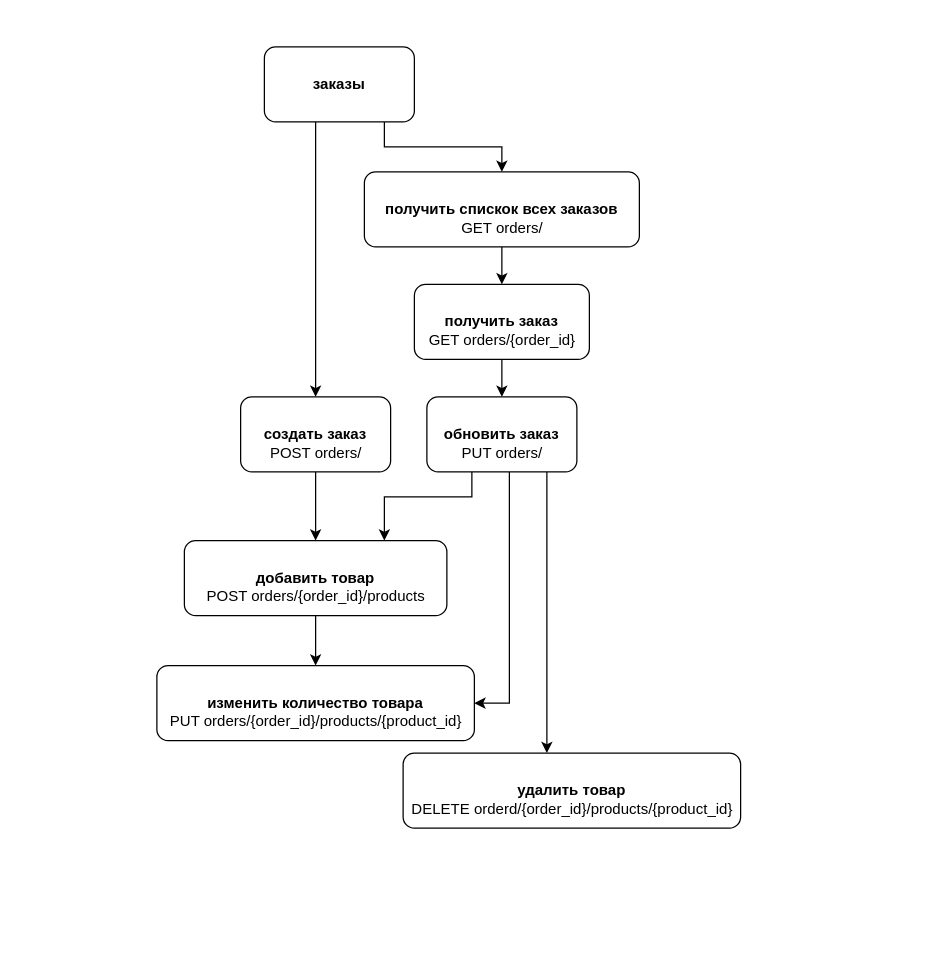
The draw.io diagram Диаграмма без названия.drawio in omelchenkopete/SA, before the edit. Source tidied: cells renumbered, new cells numbered last; positions are measured from the earlier drawing's top-left corner, leaving out a move shared by most shapes. Both pictures are drawn from the tidied source at 125%, with x=0, y=0 at pixel (152, 46).
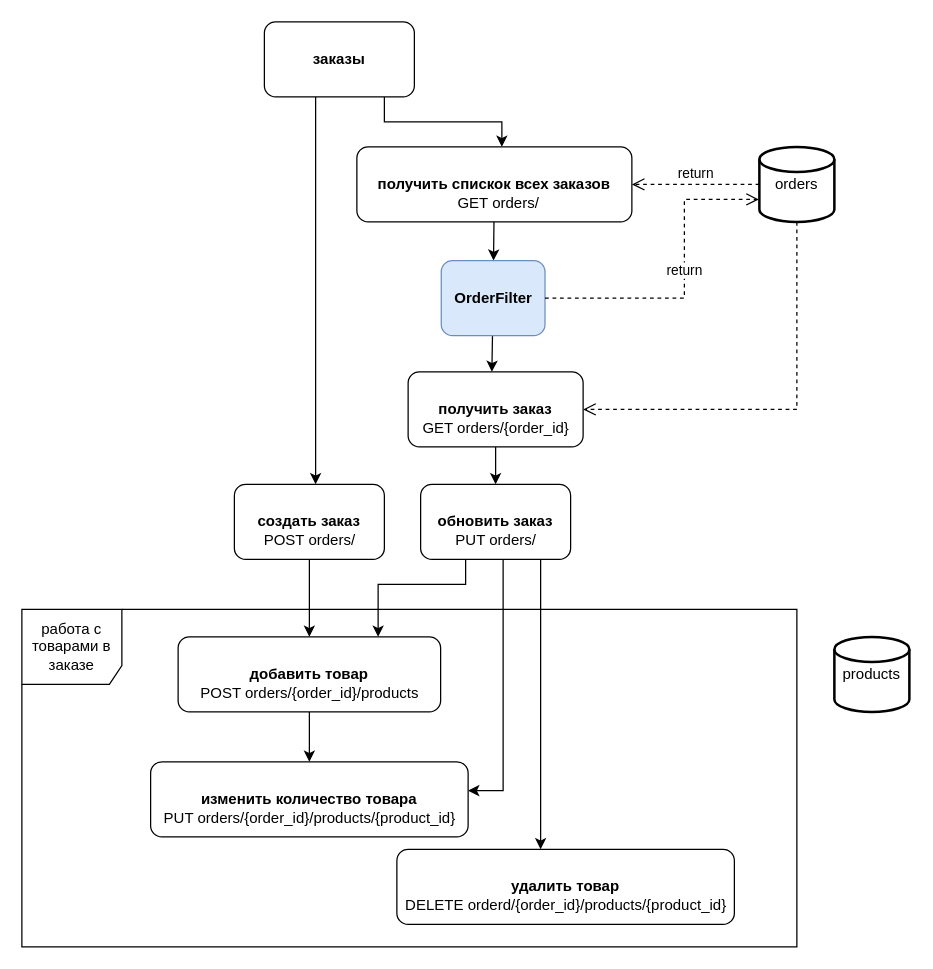
The same diagram, later.

What changed in the source:
```diff
@@
     <mxCell id="2" value="заказы" style="rounded=1;whiteSpace=wrap;html=1;fontStyle=1;" parent="1" vertex="1">
-      <mxGeometry x="89" width="120" height="60" as="geometry" />
+      <mxGeometry x="89" y="-20" width="120" height="60" as="geometry" />
     </mxCell>
+    <mxCell id="26" style="rounded=0;jettySize=auto;html=1;" parent="1" edge="1" source="3" target="28">
+      <mxGeometry relative="1" as="geometry" />
+    </mxCell>
     <mxCell id="3" value="получить спискок всех заказов" style="rounded=1;whiteSpace=wrap;html=1;fontStyle=1;" parent="1" vertex="1">
-      <mxGeometry x="169" y="100" width="220" height="60" as="geometry" />
+      <mxGeometry x="163" y="80" width="220" height="60" as="geometry" />
     </mxCell>
     <mxCell id="4" value="создать заказ" style="rounded=1;whiteSpace=wrap;html=1;fontStyle=1;" parent="1" vertex="1">
-      <mxGeometry x="70" y="280" width="120" height="60" as="geometry" />
+      <mxGeometry x="65" y="350" width="120" height="60" as="geometry" />
     </mxCell>
     <mxCell id="5" value="получить заказ" style="rounded=1;whiteSpace=wrap;html=1;fontStyle=1;" parent="1" vertex="1">
-      <mxGeometry x="209" y="190" width="140" height="60" as="geometry" />
+      <mxGeometry x="204" y="260" width="140" height="60" as="geometry" />
     </mxCell>
-    <mxCell id="6" style="endArrow=classic;html=1;rounded=0;" parent="1" edge="1" source="25" target="5">
-      <mxGeometry relative="1" as="geometry" />
-    </mxCell>
     <mxCell id="7" value="обновить заказ" style="rounded=1;whiteSpace=wrap;html=1;fontStyle=1;" parent="1" vertex="1">
-      <mxGeometry x="219" y="280" width="120" height="60" as="geometry" />
+      <mxGeometry x="214" y="350" width="120" height="60" as="geometry" />
     </mxCell>
@@
     <mxCell id="9" value="добавить товар" style="rounded=1;whiteSpace=wrap;html=1;fontStyle=1;" parent="1" vertex="1">
-      <mxGeometry x="25" y="395" width="210" height="60" as="geometry" />
+      <mxGeometry x="20" y="472" width="210" height="60" as="geometry" />
     </mxCell>
@@
     <mxCell id="11" style="endArrow=classic;html=1;rounded=0;edgeStyle=orthogonalEdgeStyle;" parent="1" edge="1" source="7" target="9">
       <mxGeometry relative="1" as="geometry">
         <Array as="points">
-          <mxPoint x="255" y="360" />
-          <mxPoint x="185" y="360" />
+          <mxPoint x="250" y="430" />
+          <mxPoint x="180" y="430" />
         </Array>
       </mxGeometry>
     </mxCell>
     <mxCell id="12" value="удалить товар" style="rounded=1;whiteSpace=wrap;html=1;fontStyle=1;" parent="1" vertex="1">
-      <mxGeometry x="200" y="565" width="270" height="60" as="geometry" />
+      <mxGeometry x="195" y="642" width="270" height="60" as="geometry" />
     </mxCell>
     <mxCell id="13" style="endArrow=classic;html=1;rounded=0;edgeStyle=orthogonalEdgeStyle;" parent="1" edge="1" source="7" target="12">
       <mxGeometry relative="1" as="geometry">
         <Array as="points">
-          <mxPoint x="315" y="440" />
-          <mxPoint x="315" y="440" />
+          <mxPoint x="310" y="510" />
+          <mxPoint x="310" y="510" />
         </Array>
       </mxGeometry>
     </mxCell>
     <mxCell id="14" value="изменить количество товара" style="rounded=1;whiteSpace=wrap;html=1;fontStyle=1;" parent="1" vertex="1">
-      <mxGeometry x="3" y="495" width="254" height="60" as="geometry" />
+      <mxGeometry x="-2" y="572" width="254" height="60" as="geometry" />
     </mxCell>
     <mxCell id="15" style="endArrow=classic;html=1;rounded=0;edgeStyle=orthogonalEdgeStyle;" parent="1" edge="1" source="7" target="14">
       <mxGeometry relative="1" as="geometry">
         <Array as="points">
-          <mxPoint x="285" y="525" />
+          <mxPoint x="280" y="595" />
         </Array>
       </mxGeometry>
     </mxCell>
@@
     <mxCell id="18" style="endArrow=classic;html=1;rounded=0;edgeStyle=orthogonalEdgeStyle;" parent="1" edge="1" source="2" target="3">
       <mxGeometry relative="1" as="geometry">
         <Array as="points">
-          <mxPoint x="185" y="80" />
-          <mxPoint x="279" y="80" />
+          <mxPoint x="185" y="60" />
+          <mxPoint x="279" y="60" />
         </Array>
       </mxGeometry>
     </mxCell>
     <mxCell id="19" value="GET orders/{order_id}" style="text;html=1;align=center;verticalAlign=middle;strokeColor=none;fillColor=none;" parent="1" vertex="1">
-      <mxGeometry x="209" y="220" width="140" height="30" as="geometry" />
+      <mxGeometry x="204" y="290" width="140" height="30" as="geometry" />
     </mxCell>
     <mxCell id="20" value="POST orders/" style="text;html=1;align=center;verticalAlign=middle;strokeColor=none;fillColor=none;" parent="1" vertex="1">
-      <mxGeometry x="80" y="310" width="100" height="30" as="geometry" />
+      <mxGeometry x="75" y="380" width="100" height="30" as="geometry" />
     </mxCell>
     <mxCell id="21" value="PUT orders/" style="text;html=1;align=center;verticalAlign=middle;strokeColor=none;fillColor=none;" parent="1" vertex="1">
-      <mxGeometry x="234" y="310" width="90" height="30" as="geometry" />
+      <mxGeometry x="229" y="380" width="90" height="30" as="geometry" />
     </mxCell>
     <mxCell id="22" value="POST orders/{order_id}/products" style="text;html=1;align=center;verticalAlign=middle;strokeColor=none;fillColor=none;" parent="1" vertex="1">
-      <mxGeometry x="30" y="425" width="200" height="30" as="geometry" />
+      <mxGeometry x="25" y="502" width="200" height="30" as="geometry" />
     </mxCell>
     <mxCell id="23" value="PUT orders/{order_id}/products/{product_id}" style="text;html=1;align=center;verticalAlign=middle;strokeColor=none;fillColor=none;" parent="1" vertex="1">
-      <mxGeometry y="525" width="260" height="30" as="geometry" />
+      <mxGeometry x="-5" y="602" width="260" height="30" as="geometry" />
     </mxCell>
     <mxCell id="24" value="DELETE orderd/{order_id}/products/{product_id}" style="text;html=1;align=center;verticalAlign=middle;strokeColor=none;fillColor=none;" parent="1" vertex="1">
-      <mxGeometry x="195" y="595" width="280" height="30" as="geometry" />
+      <mxGeometry x="190" y="672" width="280" height="30" as="geometry" />
     </mxCell>
     <mxCell id="25" value="GET orders/" style="text;html=1;align=center;verticalAlign=middle;points=[];strokeColor=none;fillColor=none;" parent="1" vertex="1">
-      <mxGeometry x="234" y="130" width="90" height="30" as="geometry" />
+      <mxGeometry x="231" y="110" width="90" height="30" as="geometry" />
     </mxCell>
+    <mxCell id="27" style="rounded=0;jettySize=auto;html=1;" parent="1" edge="1" source="28">
+      <mxGeometry relative="1" as="geometry">
+        <mxPoint x="271" y="260" as="targetPoint" />
+      </mxGeometry>
+    </mxCell>
+    <mxCell id="28" value="OrderFilter" style="rounded=1;whiteSpace=wrap;html=1;fontStyle=1;fillColor=#dae8fc;strokeColor=#6c8ebf;" parent="1" vertex="1">
+      <mxGeometry x="230.5" y="171" width="83" height="60" as="geometry" />
+    </mxCell>
+    <mxCell id="29" value="работа с товарами в заказе" style="shape=umlFrame;whiteSpace=wrap;html=1;width=80;height=60;" parent="1" vertex="1">
+      <mxGeometry x="-105" y="450" width="620" height="270" as="geometry" />
+    </mxCell>
+    <mxCell id="30" value="orders" style="strokeWidth=2;html=1;shape=mxgraph.flowchart.database;whiteSpace=wrap;" parent="1" vertex="1">
+      <mxGeometry x="485" y="80" width="60" height="60" as="geometry" />
+    </mxCell>
+    <mxCell id="31" value="products" style="strokeWidth=2;html=1;shape=mxgraph.flowchart.database;whiteSpace=wrap;" parent="1" vertex="1">
+      <mxGeometry x="545" y="472" width="60" height="60" as="geometry" />
+    </mxCell>
+    <mxCell id="32" value="return" style="html=1;verticalAlign=bottom;endArrow=open;dashed=1;endSize=8;curved=0;rounded=0;" parent="1" edge="1" source="30" target="3">
+      <mxGeometry relative="1" as="geometry" />
+    </mxCell>
+    <mxCell id="33" value="return" style="html=1;verticalAlign=bottom;endArrow=open;dashed=1;endSize=8;rounded=0;entryX=-0.006;entryY=0.7;entryDx=0;entryDy=0;entryPerimeter=0;edgeStyle=orthogonalEdgeStyle;" parent="1" edge="1" source="28" target="30">
+      <mxGeometry relative="1" as="geometry">
+        <Array as="points">
+          <mxPoint x="425" y="201" />
+          <mxPoint x="425" y="122" />
+        </Array>
+      </mxGeometry>
+    </mxCell>
+    <mxCell id="34" style="html=1;verticalAlign=bottom;endArrow=open;dashed=1;endSize=8;rounded=0;edgeStyle=orthogonalEdgeStyle;" parent="1" edge="1" source="30" target="5">
+      <mxGeometry x="0.31" y="-10" relative="1" as="geometry">
+        <Array as="points">
+          <mxPoint x="515" y="290" />
+        </Array>
+      </mxGeometry>
+    </mxCell>
```
